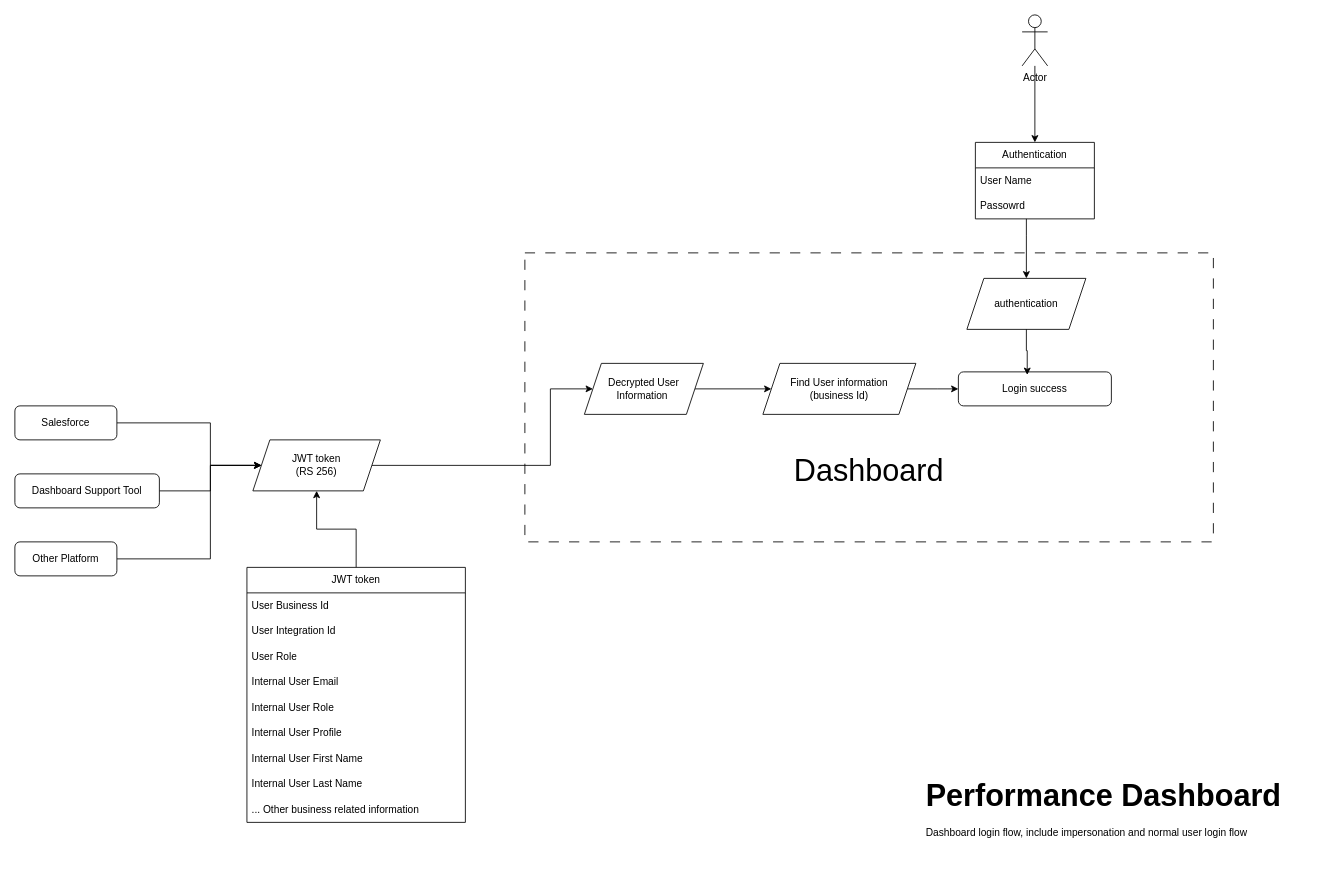
Before: Dashboard-authenciation.drawio in half-6/workflow, a draw.io diagram. Source tidied: cells renumbered, new cells numbered last; positions are measured from the earlier drawing's top-left corner, leaving out a move shared by most shapes. Both pictures are drawn from the tidied source at 85%, with x=0, y=0 at pixel (14, 14).
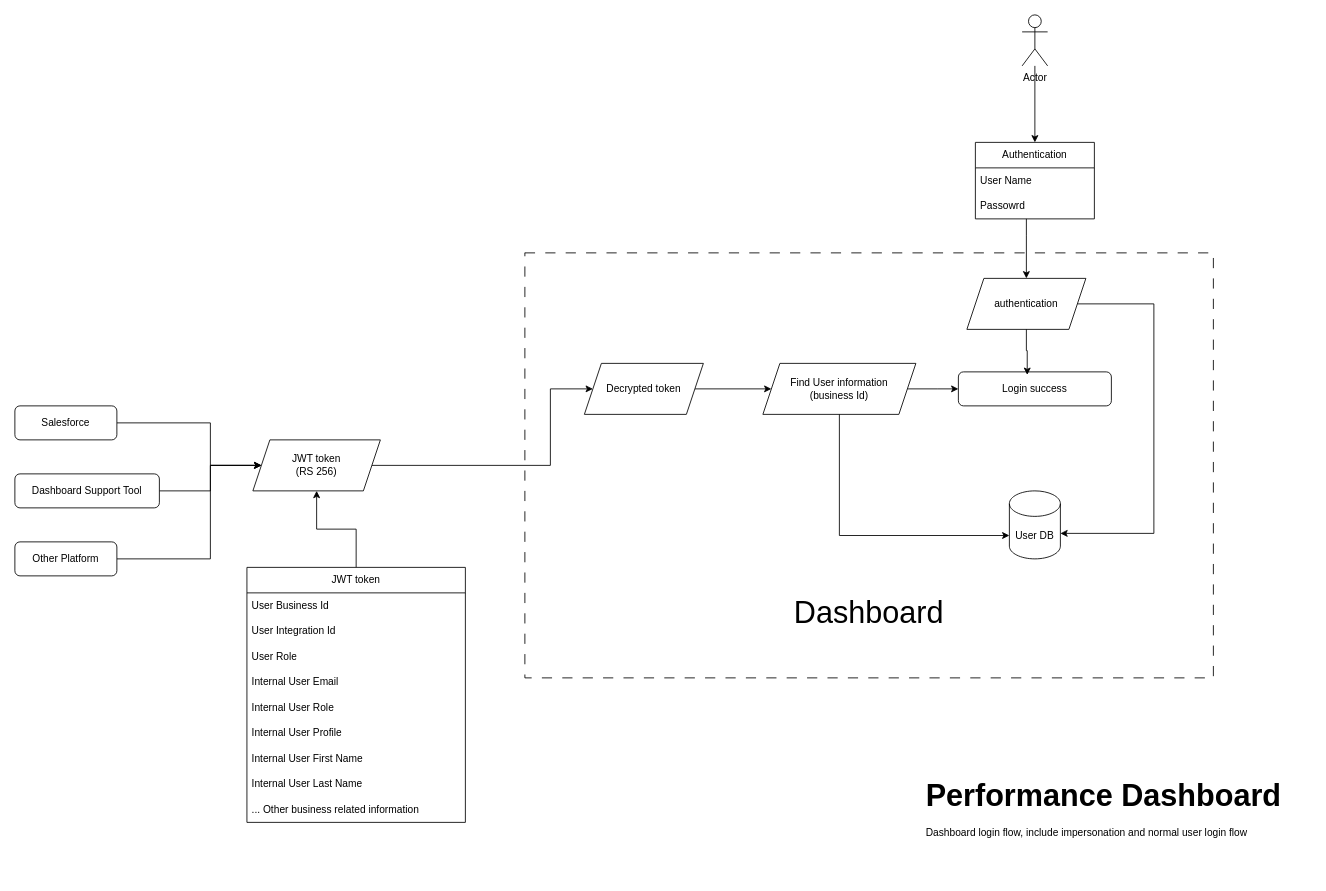
After the change.

Unchanged cells that the change refers to:
```xml
<mxCell id="31" value="Find User information&lt;div&gt;(business Id)&lt;/div&gt;" style="shape=parallelogram;perimeter=parallelogramPerimeter;whiteSpace=wrap;html=1;fixedSize=1;" parent="1" vertex="1">
  <mxGeometry x="880" y="410" width="180" height="60" as="geometry" />
</mxCell>
<mxCell id="33" value="authentication" style="shape=parallelogram;perimeter=parallelogramPerimeter;whiteSpace=wrap;html=1;fixedSize=1;" parent="1" vertex="1">
  <mxGeometry x="1120" y="310" width="140" height="60" as="geometry" />
</mxCell>
```

Diff of the diagram source:
```diff
@@
-    <mxCell id="2" value="&lt;div&gt;&lt;br&gt;&lt;/div&gt;&lt;div&gt;&lt;br&gt;&lt;/div&gt;&lt;div&gt;&lt;br&gt;&lt;/div&gt;&lt;div&gt;&lt;br&gt;&lt;/div&gt;&lt;div&gt;&lt;br&gt;&lt;/div&gt;&lt;div&gt;&lt;br&gt;&lt;/div&gt;&lt;div&gt;&lt;br&gt;&lt;/div&gt;&lt;div&gt;&lt;br&gt;&lt;/div&gt;&lt;div&gt;&lt;br&gt;&lt;/div&gt;&lt;div&gt;&lt;br&gt;&lt;/div&gt;&lt;div&gt;&lt;br&gt;&lt;/div&gt;&lt;div&gt;&lt;br&gt;&lt;/div&gt;&lt;div&gt;&lt;font style=&quot;font-size: 36px;&quot;&gt;Dashboard&lt;/font&gt;&lt;/div&gt;" style="rounded=0;whiteSpace=wrap;html=1;dashed=1;dashPattern=12 12;" parent="1" vertex="1">
-      <mxGeometry x="600" y="280" width="810" height="340" as="geometry" />
+    <mxCell id="2" value="&lt;div&gt;&lt;br&gt;&lt;/div&gt;&lt;div&gt;&lt;br&gt;&lt;/div&gt;&lt;div&gt;&lt;br&gt;&lt;/div&gt;&lt;div&gt;&lt;br&gt;&lt;/div&gt;&lt;div&gt;&lt;br&gt;&lt;/div&gt;&lt;div&gt;&lt;br&gt;&lt;/div&gt;&lt;div&gt;&lt;br&gt;&lt;/div&gt;&lt;div&gt;&lt;br&gt;&lt;/div&gt;&lt;div&gt;&lt;br&gt;&lt;/div&gt;&lt;div&gt;&lt;br&gt;&lt;/div&gt;&lt;div&gt;&lt;br&gt;&lt;/div&gt;&lt;div&gt;&lt;br&gt;&lt;/div&gt;&lt;div&gt;&lt;font style=&quot;font-size: 36px;&quot;&gt;&lt;br&gt;&lt;/font&gt;&lt;/div&gt;&lt;div&gt;&lt;font style=&quot;font-size: 36px;&quot;&gt;&lt;br&gt;&lt;/font&gt;&lt;/div&gt;&lt;div&gt;&lt;font style=&quot;font-size: 36px;&quot;&gt;&lt;br&gt;&lt;/font&gt;&lt;/div&gt;&lt;div&gt;&lt;font style=&quot;font-size: 36px;&quot;&gt;&lt;br&gt;&lt;/font&gt;&lt;/div&gt;&lt;div&gt;&lt;font style=&quot;font-size: 36px;&quot;&gt;Dashboard&lt;/font&gt;&lt;/div&gt;" style="rounded=0;whiteSpace=wrap;html=1;dashed=1;dashPattern=12 12;" parent="1" vertex="1">
+      <mxGeometry x="600" y="280" width="810" height="500" as="geometry" />
     </mxCell>
@@
-    <mxCell id="29" value="Decrypted User Information&amp;nbsp;" style="shape=parallelogram;perimeter=parallelogramPerimeter;whiteSpace=wrap;html=1;fixedSize=1;" parent="1" vertex="1">
+    <mxCell id="29" value="Decrypted token" style="shape=parallelogram;perimeter=parallelogramPerimeter;whiteSpace=wrap;html=1;fixedSize=1;" parent="1" vertex="1">
       <mxGeometry x="670" y="410" width="140" height="60" as="geometry" />
     </mxCell>
@@
+    <mxCell id="36" style="edgeStyle=orthogonalEdgeStyle;rounded=0;jettySize=auto;html=1;" parent="1" edge="1" source="33" target="37">
+      <mxGeometry relative="1" as="geometry">
+        <Array as="points">
+          <mxPoint x="1340" y="340" />
+          <mxPoint x="1340" y="610" />
+        </Array>
+      </mxGeometry>
+    </mxCell>
@@
+    <mxCell id="37" value="User DB" style="shape=cylinder3;whiteSpace=wrap;html=1;boundedLbl=1;backgroundOutline=1;size=15;" parent="1" vertex="1">
+      <mxGeometry x="1170" y="560" width="60" height="80" as="geometry" />
+    </mxCell>
+    <mxCell id="38" style="edgeStyle=orthogonalEdgeStyle;rounded=0;jettySize=auto;html=1;entryX=0;entryY=0;entryDx=0;entryDy=52.5;entryPerimeter=0;" parent="1" edge="1" source="31" target="37">
+      <mxGeometry relative="1" as="geometry">
+        <Array as="points">
+          <mxPoint x="970" y="613" />
+        </Array>
+      </mxGeometry>
+    </mxCell>
```
